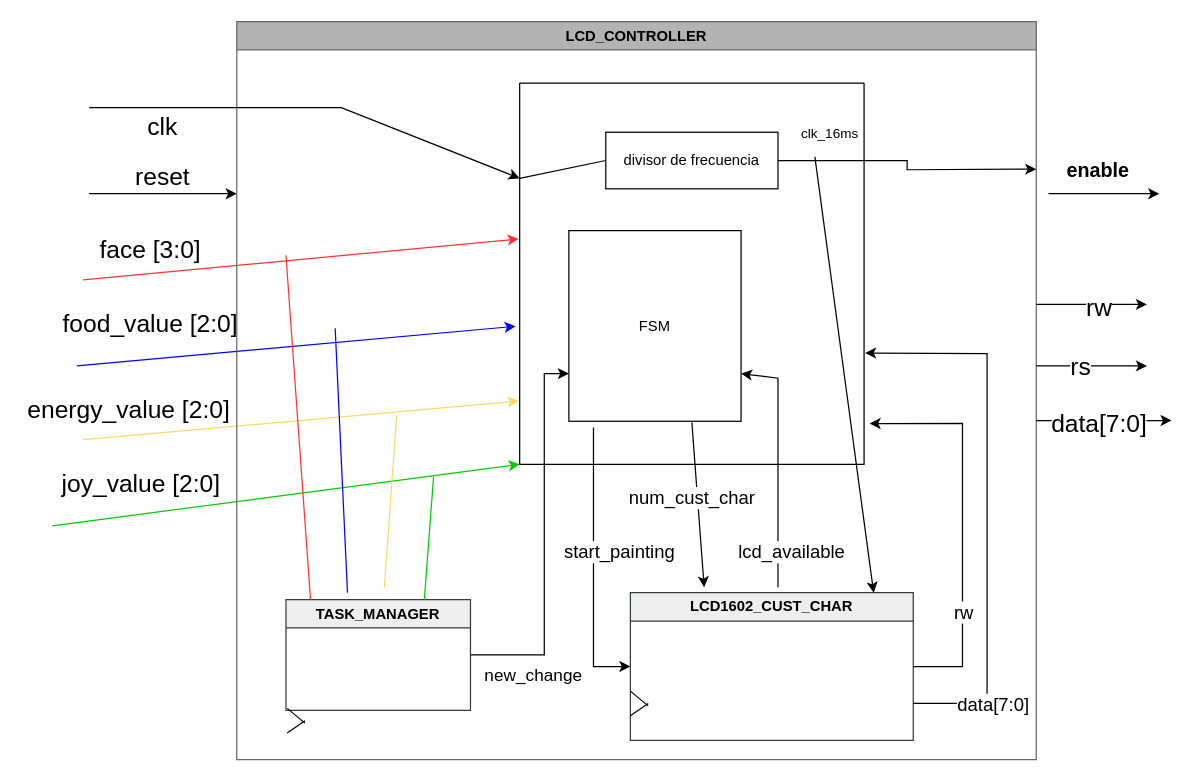
This is page "cajaNegra" (1 of 6) of figs/LCD_diagramas.drawio from unal-edigital1-lab/entrega-1-proyecto-grupo01-2024-1, a draw.io file, before an edit. Source tidied: cells renumbered, new cells numbered last; positions are measured from the earlier drawing's top-left corner, leaving out a move shared by most shapes. Both pictures are drawn from the tidied source at 123%, with x=0, y=0 at pixel (21, 21).
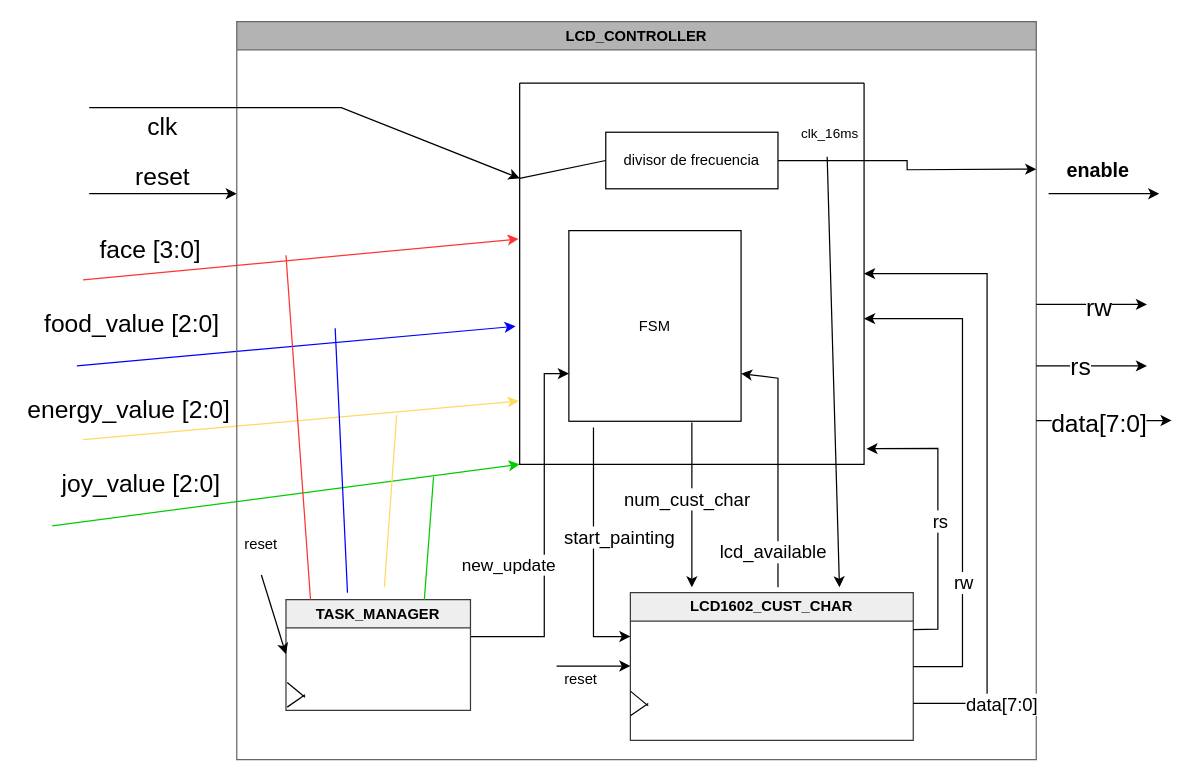
Above is the later version.

Unchanged cells that the change refers to:
```xml
<mxCell id="13" value="LCD_CONTROLLER" style="swimlane;whiteSpace=wrap;html=1;fillColor=#B3B3B3;strokeColor=#666666;gradientColor=#b3b3b3;" parent="1" vertex="1">
  <mxGeometry x="175" width="650" height="600" as="geometry" />
</mxCell>
<mxCell id="14" value="&lt;span style=&quot;text-wrap: nowrap;&quot;&gt;LCD1602_CUST_CHAR&lt;/span&gt;" style="swimlane;whiteSpace=wrap;html=1;fillColor=#eeeeee;strokeColor=#36393d;" parent="13" vertex="1">
  <mxGeometry x="320" y="464.4" width="230" height="120" as="geometry" />
</mxCell>
<mxCell id="15" style="swimlane;startSize=0;" parent="13" vertex="1">
  <mxGeometry x="230" y="50" width="280" height="310" as="geometry" />
</mxCell>
<mxCell id="19" value="FSM" style="rounded=0;whiteSpace=wrap;html=1;" parent="15" vertex="1">
  <mxGeometry x="40" y="120" width="140" height="155" as="geometry" />
</mxCell>
<mxCell id="30" style="endArrow=classic;html=1;rounded=0;entryX=1;entryY=0.75;entryDx=0;entryDy=0;" parent="13" edge="1" target="19">
  <mxGeometry relative="1" as="geometry">
    <mxPoint x="440" y="460" as="sourcePoint" />
    <Array as="points">
      <mxPoint x="440" y="290" />
    </Array>
  </mxGeometry>
</mxCell>
<mxCell id="37" value="TASK_MANAGER" style="swimlane;whiteSpace=wrap;html=1;fillColor=#eeeeee;strokeColor=#36393d;" parent="13" vertex="1">
  <mxGeometry x="40" y="470" width="150" height="90" as="geometry" />
</mxCell>
```

Change to the diagram source:
```diff
@@
     <mxCell id="10" value="food_value [2:0]" style="text;html=1;align=center;verticalAlign=middle;whiteSpace=wrap;rounded=0;fontSize=20;strokeColor=none;fillColor=none;" parent="1" vertex="1">
-      <mxGeometry x="30" y="230" width="150" height="30" as="geometry" />
+      <mxGeometry x="15" y="230" width="150" height="30" as="geometry" />
     </mxCell>
@@
     <mxCell id="21" style="endArrow=classic;html=1;rounded=0;" parent="13" edge="1">
       <mxGeometry relative="1" as="geometry">
         <mxPoint x="370" y="326" as="sourcePoint" />
-        <mxPoint x="380" y="460" as="targetPoint" />
+        <mxPoint x="370" y="460" as="targetPoint" />
       </mxGeometry>
     </mxCell>
@@
-    <mxCell id="23" style="endArrow=classic;html=1;rounded=0;entryX=0.86;entryY=0.001;entryDx=0;entryDy=0;entryPerimeter=0;" parent="13" edge="1" target="14">
+    <mxCell id="23" style="endArrow=classic;html=1;rounded=0;" parent="13" edge="1">
       <mxGeometry relative="1" as="geometry">
-        <mxPoint x="470" y="110" as="sourcePoint" />
+        <mxPoint x="480" y="110" as="sourcePoint" />
+        <mxPoint x="490" y="460" as="targetPoint" />
       </mxGeometry>
     </mxCell>
-    <mxCell id="24" style="edgeStyle=orthogonalEdgeStyle;rounded=0;jettySize=auto;html=1;entryX=1.016;entryY=0.893;entryDx=0;entryDy=0;entryPerimeter=0;" parent="13" edge="1" target="15">
+    <mxCell id="24" style="edgeStyle=orthogonalEdgeStyle;rounded=0;jettySize=auto;html=1;entryX=1;entryY=0.618;entryDx=0;entryDy=0;entryPerimeter=0;" parent="13" edge="1" target="15">
       <mxGeometry relative="1" as="geometry">
         <mxPoint x="550" y="524.4" as="sourcePoint" />
         <Array as="points">
           <mxPoint x="590" y="524" />
-          <mxPoint x="590" y="327" />
+          <mxPoint x="590" y="242" />
         </Array>
       </mxGeometry>
     </mxCell>
@@
-    <mxCell id="28" style="endArrow=classic;html=1;rounded=0;entryX=0;entryY=0.5;entryDx=0;entryDy=0;" parent="13" edge="1">
+    <mxCell id="28" style="endArrow=classic;html=1;rounded=0;" parent="13" edge="1">
       <mxGeometry relative="1" as="geometry">
         <mxPoint x="290" y="364" as="sourcePoint" />
-        <mxPoint x="320" y="524.4" as="targetPoint" />
+        <mxPoint x="320" y="500" as="targetPoint" />
         <Array as="points">
           <mxPoint x="290" y="330" />
           <mxPoint x="290" y="364.4" />
           <mxPoint x="290" y="464.4" />
-          <mxPoint x="290" y="524.4" />
+          <mxPoint x="290" y="500" />
         </Array>
       </mxGeometry>
     </mxCell>
@@
     <mxCell id="31" value="lcd_available" style="edgeLabel;html=1;align=center;verticalAlign=middle;fontSize=15;" parent="30" vertex="1">
       <mxGeometry y="2" relative="1" as="geometry">
-        <mxPoint x="12" y="70" as="offset" />
+        <mxPoint x="-3" y="70" as="offset" />
       </mxGeometry>
     </mxCell>
-    <mxCell id="32" style="endArrow=classic;html=1;rounded=0;entryX=1.003;entryY=0.708;entryDx=0;entryDy=0;entryPerimeter=0;" parent="13" edge="1" target="15">
+    <mxCell id="32" style="endArrow=classic;html=1;rounded=0;entryX=1;entryY=0.5;entryDx=0;entryDy=0;" parent="13" edge="1" target="15">
       <mxGeometry relative="1" as="geometry">
         <mxPoint x="550" y="554.4" as="sourcePoint" />
         <Array as="points">
           <mxPoint x="610" y="554.4" />
-          <mxPoint x="610" y="270" />
+          <mxPoint x="610" y="205" />
         </Array>
       </mxGeometry>
     </mxCell>
@@
-    <mxCell id="35" style="edgeStyle=orthogonalEdgeStyle;rounded=0;jettySize=auto;html=1;entryX=0;entryY=0.75;entryDx=0;entryDy=0;" parent="13" edge="1" source="37" target="19">
+    <mxCell id="35" style="edgeStyle=orthogonalEdgeStyle;rounded=0;jettySize=auto;html=1;entryX=0;entryY=0.75;entryDx=0;entryDy=0;" parent="13" edge="1" target="19">
       <mxGeometry relative="1" as="geometry">
+        <mxPoint x="190" y="500" as="sourcePoint" />
         <Array as="points">
-          <mxPoint x="250" y="515" />
+          <mxPoint x="250" y="500" />
           <mxPoint x="250" y="286" />
         </Array>
       </mxGeometry>
     </mxCell>
-    <mxCell id="36" value="&lt;font style=&quot;font-size: 14px;&quot;&gt;new_change&lt;/font&gt;" style="edgeLabel;html=1;align=center;verticalAlign=middle;fontSize=14;" parent="35" vertex="1">
+    <mxCell id="36" value="&lt;font style=&quot;font-size: 14px;&quot;&gt;new_update&lt;/font&gt;" style="edgeLabel;html=1;align=center;verticalAlign=middle;fontSize=14;" parent="35" vertex="1">
       <mxGeometry x="-0.36" y="-2" relative="1" as="geometry">
-        <mxPoint x="-12" y="55" as="offset" />
+        <mxPoint x="-32" y="-25" as="offset" />
       </mxGeometry>
     </mxCell>
@@
+    <mxCell id="52" style="endArrow=classic;html=1;rounded=0;exitX=1;exitY=0.25;exitDx=0;exitDy=0;entryX=1.007;entryY=0.959;entryDx=0;entryDy=0;entryPerimeter=0;" parent="13" edge="1" source="14" target="15">
+      <mxGeometry relative="1" as="geometry">
+        <Array as="points">
+          <mxPoint x="570" y="494" />
+          <mxPoint x="570" y="347" />
+        </Array>
+      </mxGeometry>
+    </mxCell>
+    <mxCell id="53" value="&lt;font style=&quot;font-size: 15px;&quot;&gt;rs&lt;/font&gt;" style="edgeLabel;html=1;align=center;verticalAlign=middle;" parent="52" vertex="1">
+      <mxGeometry x="-0.03" y="-1" relative="1" as="geometry" />
+    </mxCell>
+    <mxCell id="54" style="endArrow=classic;html=1;rounded=0;" parent="13" edge="1">
+      <mxGeometry relative="1" as="geometry">
+        <mxPoint x="260" y="524" as="sourcePoint" />
+        <mxPoint x="320" y="524" as="targetPoint" />
+      </mxGeometry>
+    </mxCell>
+    <mxCell id="55" value="reset" style="text;html=1;align=center;verticalAlign=middle;whiteSpace=wrap;rounded=0;" parent="13" vertex="1">
+      <mxGeometry x="250" y="520" width="60" height="30" as="geometry" />
+    </mxCell>
+    <mxCell id="56" value="reset" style="text;html=1;align=center;verticalAlign=middle;whiteSpace=wrap;rounded=0;" parent="13" vertex="1">
+      <mxGeometry x="-10" y="410" width="60" height="30" as="geometry" />
+    </mxCell>
+    <mxCell id="57" style="endArrow=classic;html=1;rounded=0;" parent="13" edge="1">
+      <mxGeometry relative="1" as="geometry">
+        <mxPoint x="20" y="450" as="sourcePoint" />
+        <mxPoint x="40" y="514.4" as="targetPoint" />
+      </mxGeometry>
+    </mxCell>
@@
     <mxCell id="50" style="endArrow=none;html=1;rounded=0;exitX=0;exitY=1;exitDx=0;exitDy=0;" parent="1" edge="1">
       <mxGeometry relative="1" as="geometry">
-        <mxPoint x="216" y="578.4" as="sourcePoint" />
-        <mxPoint x="230.5" y="568.4" as="targetPoint" />
+        <mxPoint x="216" y="557.4" as="sourcePoint" />
+        <mxPoint x="230.5" y="547.4" as="targetPoint" />
       </mxGeometry>
     </mxCell>
     <mxCell id="51" style="endArrow=none;html=1;rounded=0;exitX=0;exitY=0.75;exitDx=0;exitDy=0;" parent="1" edge="1">
       <mxGeometry relative="1" as="geometry">
-        <mxPoint x="216" y="558.4" as="sourcePoint" />
-        <mxPoint x="230.5" y="570.4" as="targetPoint" />
+        <mxPoint x="216" y="537.4" as="sourcePoint" />
+        <mxPoint x="230.5" y="549.4" as="targetPoint" />
       </mxGeometry>
     </mxCell>
```
